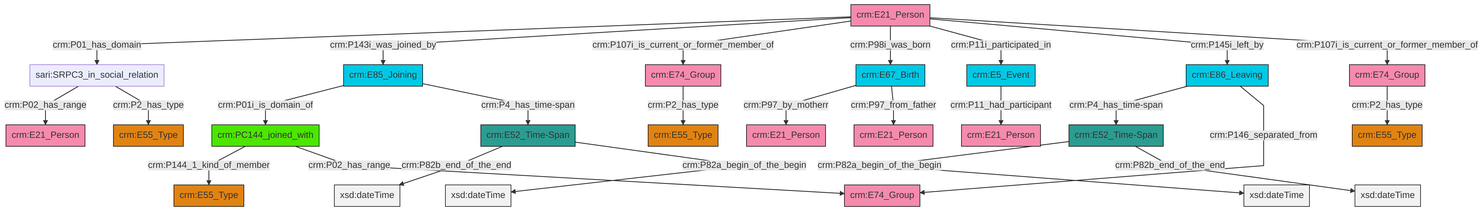
The Mermaid diagram et/personCSV/ttl/mmd/png/Person_Actor_Relations.png in swiss-art-research-net/docs.swissartresearch, before a commit. Its source is kept beside it as et/personCSV/ttl/mmd/Person_Actor_Relations.ttl.mmd.
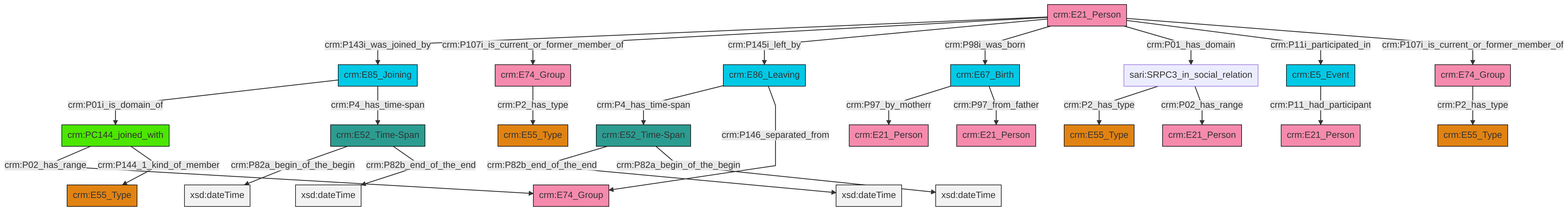
The same file after the commit.

The edit, as a diff of the source:
```diff
@@ -13,27 +13,27 @@
 classDef PC_Classes fill:#4ce600, stroke:#000000;
 classDef Multi fill:#cccccc,stroke:#000000;
 
-2["crm:E21_Person"]:::Actor -->|crm:P01_has_domain| 3["sari:SRPC3_in_social_relation"]:::Default
-0["crm:E74_Group"]:::Actor -->|crm:P2_has_type| 4["crm:E55_Type"]:::Type
-5["crm:E85_Joining"]:::Temporal_Entity -->|crm:P01i_is_domain_of| 7["crm:PC144_joined_with"]:::PC_Classes
-11["crm:E52_Time-Span"]:::Time-Span -->|crm:P82a_begin_of_the_begin| 12[xsd:dateTime]:::Literal
-13["crm:E86_Leaving"]:::Temporal_Entity -->|crm:P4_has_time-span| 11["crm:E52_Time-Span"]:::Time-Span
-11["crm:E52_Time-Span"]:::Time-Span -->|crm:P82b_end_of_the_end| 14[xsd:dateTime]:::Literal
-2["crm:E21_Person"]:::Actor -->|crm:P143i_was_joined_by| 5["crm:E85_Joining"]:::Temporal_Entity
-2["crm:E21_Person"]:::Actor -->|crm:P107i_is_current_or_former_member_of| 9["crm:E74_Group"]:::Actor
-21["crm:E5_Event"]:::Temporal_Entity -->|crm:P11_had_participant| 22["crm:E21_Person"]:::Actor
-15["crm:E67_Birth"]:::Temporal_Entity -->|crm:P97_by_motherr| 17["crm:E21_Person"]:::Actor
-25["crm:E52_Time-Span"]:::Time-Span -->|crm:P82b_end_of_the_end| 32[xsd:dateTime]:::Literal
-2["crm:E21_Person"]:::Actor -->|crm:P98i_was_born| 15["crm:E67_Birth"]:::Temporal_Entity
-3["sari:SRPC3_in_social_relation"]:::Default -->|crm:P02_has_range| 40["crm:E21_Person"]:::Actor
-13["crm:E86_Leaving"]:::Temporal_Entity -->|crm:P146_separated_from| 19["crm:E74_Group"]:::Actor
-15["crm:E67_Birth"]:::Temporal_Entity -->|crm:P97_from_father| 37["crm:E21_Person"]:::Actor
-2["crm:E21_Person"]:::Actor -->|crm:P11i_participated_in| 21["crm:E5_Event"]:::Temporal_Entity
-7["crm:PC144_joined_with"]:::PC_Classes -->|crm:P144_1_kind_of_member| 23["crm:E55_Type"]:::Type
-9["crm:E74_Group"]:::Actor -->|crm:P2_has_type| 30["crm:E55_Type"]:::Type
-3["sari:SRPC3_in_social_relation"]:::Default -->|crm:P2_has_type| 33["crm:E55_Type"]:::Type
-2["crm:E21_Person"]:::Actor -->|crm:P145i_left_by| 13["crm:E86_Leaving"]:::Temporal_Entity
-2["crm:E21_Person"]:::Actor -->|crm:P107i_is_current_or_former_member_of| 0["crm:E74_Group"]:::Actor
-7["crm:PC144_joined_with"]:::PC_Classes -->|crm:P02_has_range| 19["crm:E74_Group"]:::Actor
-25["crm:E52_Time-Span"]:::Time-Span -->|crm:P82a_begin_of_the_begin| 46[xsd:dateTime]:::Literal
-5["crm:E85_Joining"]:::Temporal_Entity -->|crm:P4_has_time-span| 25["crm:E52_Time-Span"]:::Time-Span
+0["crm:E52_Time-Span"]:::Time-Span -->|crm:P82a_begin_of_the_begin| 1[xsd:dateTime]:::Literal
+4["crm:E21_Person"]:::Actor -->|crm:P143i_was_joined_by| 5["crm:E85_Joining"]:::Temporal_Entity
+10["crm:E67_Birth"]:::Temporal_Entity -->|crm:P97_by_motherr| 11["crm:E21_Person"]:::Actor
+17["crm:E74_Group"]:::Actor -->|crm:P2_has_type| 18["crm:E55_Type"]:::Type
+19["crm:E52_Time-Span"]:::Time-Span -->|crm:P82b_end_of_the_end| 20[xsd:dateTime]:::Literal
+0["crm:E52_Time-Span"]:::Time-Span -->|crm:P82b_end_of_the_end| 23[xsd:dateTime]:::Literal
+21["crm:E74_Group"]:::Actor -->|crm:P2_has_type| 7["crm:E55_Type"]:::Type
+4["crm:E21_Person"]:::Actor -->|crm:P107i_is_current_or_former_member_of| 17["crm:E74_Group"]:::Actor
+4["crm:E21_Person"]:::Actor -->|crm:P145i_left_by| 12["crm:E86_Leaving"]:::Temporal_Entity
+29["crm:PC144_joined_with"]:::PC_Classes -->|crm:P02_has_range| 30["crm:E74_Group"]:::Actor
+5["crm:E85_Joining"]:::Temporal_Entity -->|crm:P01i_is_domain_of| 29["crm:PC144_joined_with"]:::PC_Classes
+19["crm:E52_Time-Span"]:::Time-Span -->|crm:P82a_begin_of_the_begin| 32[xsd:dateTime]:::Literal
+4["crm:E21_Person"]:::Actor -->|crm:P98i_was_born| 10["crm:E67_Birth"]:::Temporal_Entity
+35["sari:SRPC3_in_social_relation"]:::Default -->|crm:P2_has_type| 36["crm:E55_Type"]:::Type
+10["crm:E67_Birth"]:::Temporal_Entity -->|crm:P97_from_father| 2["crm:E21_Person"]:::Actor
+4["crm:E21_Person"]:::Actor -->|crm:P01_has_domain| 35["sari:SRPC3_in_social_relation"]:::Default
+5["crm:E85_Joining"]:::Temporal_Entity -->|crm:P4_has_time-span| 0["crm:E52_Time-Span"]:::Time-Span
+12["crm:E86_Leaving"]:::Temporal_Entity -->|crm:P4_has_time-span| 19["crm:E52_Time-Span"]:::Time-Span
+35["sari:SRPC3_in_social_relation"]:::Default -->|crm:P02_has_range| 14["crm:E21_Person"]:::Actor
+27["crm:E5_Event"]:::Temporal_Entity -->|crm:P11_had_participant| 24["crm:E21_Person"]:::Actor
+4["crm:E21_Person"]:::Actor -->|crm:P11i_participated_in| 27["crm:E5_Event"]:::Temporal_Entity
+12["crm:E86_Leaving"]:::Temporal_Entity -->|crm:P146_separated_from| 30["crm:E74_Group"]:::Actor
+29["crm:PC144_joined_with"]:::PC_Classes -->|crm:P144_1_kind_of_member| 33["crm:E55_Type"]:::Type
+4["crm:E21_Person"]:::Actor -->|crm:P107i_is_current_or_former_member_of| 21["crm:E74_Group"]:::Actor
```
